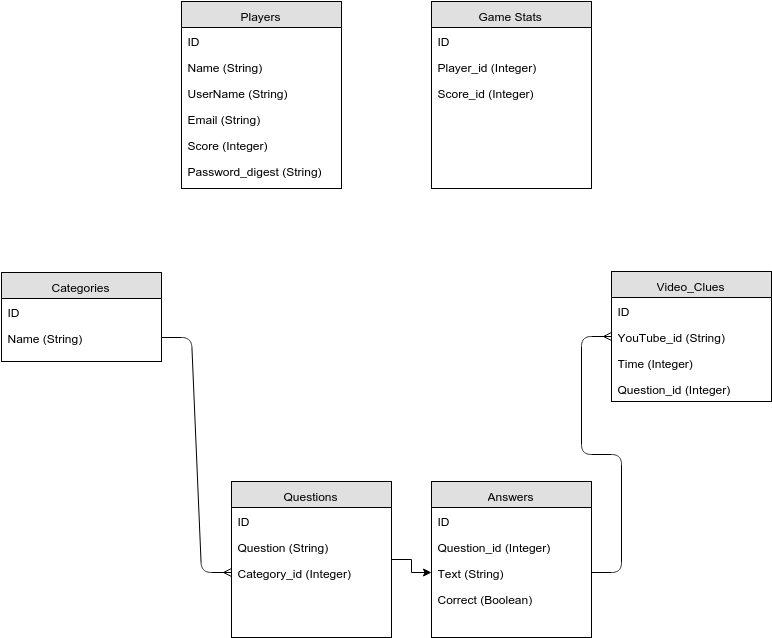
Earlier version of the draw.io export images/Name That Tube ERD.png (MJStokes86/Name-That-Tube). Source tidied: cells renumbered, new cells last; positions are measured from the earlier drawing's top-left corner, leaving out a move shared by most shapes. The source it was exported from:
```xml
<mxGraphModel>
  <root>
    <mxCell id="0" />
    <mxCell id="1" parent="0" />
    <mxCell id="2" value="Categories" style="swimlane;html=1;fontStyle=0;horizontal=1;startSize=26;fillColor=#e0e0e0;swimlaneFillColor=#ffffff;" parent="1" vertex="1">
      <mxGeometry y="271" width="160" height="89" as="geometry" />
    </mxCell>
    <mxCell id="3" value="ID" style="text;html=1;strokeColor=none;fillColor=none;spacingLeft=4;spacingRight=4;whiteSpace=wrap;overflow=hidden;" parent="2" vertex="1">
      <mxGeometry y="26" width="160" height="26" as="geometry" />
    </mxCell>
    <mxCell id="4" value="Name (String)&lt;div&gt;&lt;br&gt;&lt;/div&gt;" style="text;html=1;strokeColor=none;fillColor=none;spacingLeft=4;spacingRight=4;whiteSpace=wrap;overflow=hidden;points=[[0,0.5],[1,0.5]];portConstraint=eastwest;" parent="2" vertex="1">
      <mxGeometry y="52" width="160" height="26" as="geometry" />
    </mxCell>
    <mxCell id="5" value="Players" style="swimlane;html=1;fontStyle=0;horizontal=1;startSize=26;fillColor=#e0e0e0;swimlaneFillColor=#ffffff;" parent="1" vertex="1">
      <mxGeometry x="180" width="160" height="187" as="geometry" />
    </mxCell>
    <mxCell id="6" value="ID" style="text;html=1;strokeColor=none;fillColor=none;spacingLeft=4;spacingRight=4;whiteSpace=wrap;overflow=hidden;" parent="5" vertex="1">
      <mxGeometry y="26" width="160" height="26" as="geometry" />
    </mxCell>
    <mxCell id="7" value="Name (String)" style="text;html=1;strokeColor=none;fillColor=none;spacingLeft=4;spacingRight=4;whiteSpace=wrap;overflow=hidden;" parent="5" vertex="1">
      <mxGeometry y="52" width="160" height="26" as="geometry" />
    </mxCell>
    <mxCell id="8" value="UserName (String)" style="text;html=1;strokeColor=none;fillColor=none;spacingLeft=4;spacingRight=4;whiteSpace=wrap;overflow=hidden;" parent="5" vertex="1">
      <mxGeometry y="78" width="160" height="26" as="geometry" />
    </mxCell>
    <mxCell id="9" value="Email (String)" style="text;html=1;strokeColor=none;fillColor=none;spacingLeft=4;spacingRight=4;whiteSpace=wrap;overflow=hidden;" parent="5" vertex="1">
      <mxGeometry y="104" width="160" height="26" as="geometry" />
    </mxCell>
    <mxCell id="10" value="Score (Integer)" style="text;html=1;strokeColor=none;fillColor=none;spacingLeft=4;spacingRight=4;whiteSpace=wrap;overflow=hidden;" parent="5" vertex="1">
      <mxGeometry y="130" width="160" height="26" as="geometry" />
    </mxCell>
    <mxCell id="11" value="Password_digest (String)" style="text;html=1;strokeColor=none;fillColor=none;spacingLeft=4;spacingRight=4;whiteSpace=wrap;overflow=hidden;" parent="5" vertex="1">
      <mxGeometry y="156" width="160" height="26" as="geometry" />
    </mxCell>
    <mxCell id="12" value="Questions" style="swimlane;html=1;fontStyle=0;horizontal=1;startSize=26;fillColor=#e0e0e0;swimlaneFillColor=#ffffff;" parent="1" vertex="1">
      <mxGeometry x="230" y="480" width="160" height="156" as="geometry" />
    </mxCell>
    <mxCell id="13" value="ID" style="text;html=1;strokeColor=none;fillColor=none;spacingLeft=4;spacingRight=4;whiteSpace=wrap;overflow=hidden;" parent="12" vertex="1">
      <mxGeometry y="26" width="160" height="26" as="geometry" />
    </mxCell>
    <mxCell id="14" value="Question (String)" style="text;html=1;strokeColor=none;fillColor=none;spacingLeft=4;spacingRight=4;whiteSpace=wrap;overflow=hidden;" parent="12" vertex="1">
      <mxGeometry y="52" width="160" height="26" as="geometry" />
    </mxCell>
    <mxCell id="15" value="Category_id (Integer)" style="text;html=1;strokeColor=none;fillColor=none;spacingLeft=4;spacingRight=4;whiteSpace=wrap;overflow=hidden;points=[[0,0.5],[1,0.5]];portConstraint=eastwest;" parent="12" vertex="1">
      <mxGeometry y="78" width="160" height="26" as="geometry" />
    </mxCell>
    <mxCell id="16" value="Video_Clues" style="swimlane;html=1;fontStyle=0;horizontal=1;startSize=26;fillColor=#e0e0e0;swimlaneFillColor=#ffffff;" parent="1" vertex="1">
      <mxGeometry x="610" y="270" width="160" height="130" as="geometry" />
    </mxCell>
    <mxCell id="17" value="ID" style="text;html=1;strokeColor=none;fillColor=none;spacingLeft=4;spacingRight=4;whiteSpace=wrap;overflow=hidden;" parent="16" vertex="1">
      <mxGeometry y="26" width="160" height="26" as="geometry" />
    </mxCell>
    <mxCell id="18" value="YouTube_id (String)" style="text;html=1;strokeColor=none;fillColor=none;spacingLeft=4;spacingRight=4;whiteSpace=wrap;overflow=hidden;points=[[0,0.5],[1,0.5]];portConstraint=eastwest;" parent="16" vertex="1">
      <mxGeometry y="52" width="160" height="26" as="geometry" />
    </mxCell>
    <mxCell id="19" value="Time (Integer)&lt;div&gt;&lt;br&gt;&lt;/div&gt;" style="text;html=1;strokeColor=none;fillColor=none;spacingLeft=4;spacingRight=4;whiteSpace=wrap;overflow=hidden;" parent="16" vertex="1">
      <mxGeometry y="78" width="160" height="26" as="geometry" />
    </mxCell>
    <mxCell id="20" value="&lt;div&gt;Question_id (Integer)&lt;/div&gt;" style="text;html=1;strokeColor=none;fillColor=none;spacingLeft=4;spacingRight=4;whiteSpace=wrap;overflow=hidden;" parent="16" vertex="1">
      <mxGeometry y="104" width="160" height="26" as="geometry" />
    </mxCell>
    <mxCell id="21" style="edgeStyle=entityRelationEdgeStyle;html=1;endArrow=ERmany;entryX=0;entryY=0.5;exitX=1;exitY=0.5;" parent="1" edge="1" source="30" target="18">
      <mxGeometry relative="1" as="geometry" />
    </mxCell>
    <mxCell id="22" value="Game Stats" style="swimlane;html=1;fontStyle=0;horizontal=1;startSize=26;fillColor=#e0e0e0;swimlaneFillColor=#ffffff;" parent="1" vertex="1">
      <mxGeometry x="430" width="160" height="187" as="geometry" />
    </mxCell>
    <mxCell id="23" value="ID" style="text;html=1;strokeColor=none;fillColor=none;spacingLeft=4;spacingRight=4;whiteSpace=wrap;overflow=hidden;" parent="22" vertex="1">
      <mxGeometry y="26" width="160" height="26" as="geometry" />
    </mxCell>
    <mxCell id="24" value="Player_id (Integer)" style="text;html=1;strokeColor=none;fillColor=none;spacingLeft=4;spacingRight=4;whiteSpace=wrap;overflow=hidden;" parent="22" vertex="1">
      <mxGeometry y="52" width="160" height="26" as="geometry" />
    </mxCell>
    <mxCell id="25" value="Score_id (Integer)" style="text;html=1;strokeColor=none;fillColor=none;spacingLeft=4;spacingRight=4;whiteSpace=wrap;overflow=hidden;" parent="22" vertex="1">
      <mxGeometry y="78" width="160" height="26" as="geometry" />
    </mxCell>
    <mxCell id="26" style="edgeStyle=entityRelationEdgeStyle;html=1;endArrow=ERmany;exitX=1;exitY=0.5;entryX=0;entryY=0.5;" parent="1" edge="1" source="4" target="15">
      <mxGeometry relative="1" as="geometry" />
    </mxCell>
    <mxCell id="27" value="Answers" style="swimlane;html=1;fontStyle=0;horizontal=1;startSize=26;fillColor=#e0e0e0;swimlaneFillColor=#ffffff;" parent="1" vertex="1">
      <mxGeometry x="430" y="480" width="160" height="156" as="geometry" />
    </mxCell>
    <mxCell id="28" value="ID" style="text;html=1;strokeColor=none;fillColor=none;spacingLeft=4;spacingRight=4;whiteSpace=wrap;overflow=hidden;" parent="27" vertex="1">
      <mxGeometry y="26" width="160" height="26" as="geometry" />
    </mxCell>
    <mxCell id="29" value="Question_id (Integer)" style="text;html=1;strokeColor=none;fillColor=none;spacingLeft=4;spacingRight=4;whiteSpace=wrap;overflow=hidden;" parent="27" vertex="1">
      <mxGeometry y="52" width="160" height="26" as="geometry" />
    </mxCell>
    <mxCell id="30" value="Text (String)&lt;div&gt;&lt;br&gt;&lt;div&gt;&lt;br&gt;&lt;/div&gt;&lt;/div&gt;" style="text;html=1;strokeColor=none;fillColor=none;spacingLeft=4;spacingRight=4;whiteSpace=wrap;overflow=hidden;points=[[0,0.5],[1,0.5]];portConstraint=eastwest;" parent="27" vertex="1">
      <mxGeometry y="78" width="160" height="26" as="geometry" />
    </mxCell>
    <mxCell id="31" value="&lt;div&gt;&lt;div&gt;Correct (Boolean)&lt;/div&gt;&lt;/div&gt;&lt;div&gt;&lt;br&gt;&lt;/div&gt;" style="text;html=1;strokeColor=none;fillColor=none;spacingLeft=4;spacingRight=4;whiteSpace=wrap;overflow=hidden;" parent="27" vertex="1">
      <mxGeometry y="104" width="160" height="26" as="geometry" />
    </mxCell>
    <mxCell id="32" style="edgeStyle=orthogonalEdgeStyle;rounded=0;html=1;" parent="1" edge="1" source="12" target="30">
      <mxGeometry relative="1" as="geometry" />
    </mxCell>
  </root>
</mxGraphModel>
```
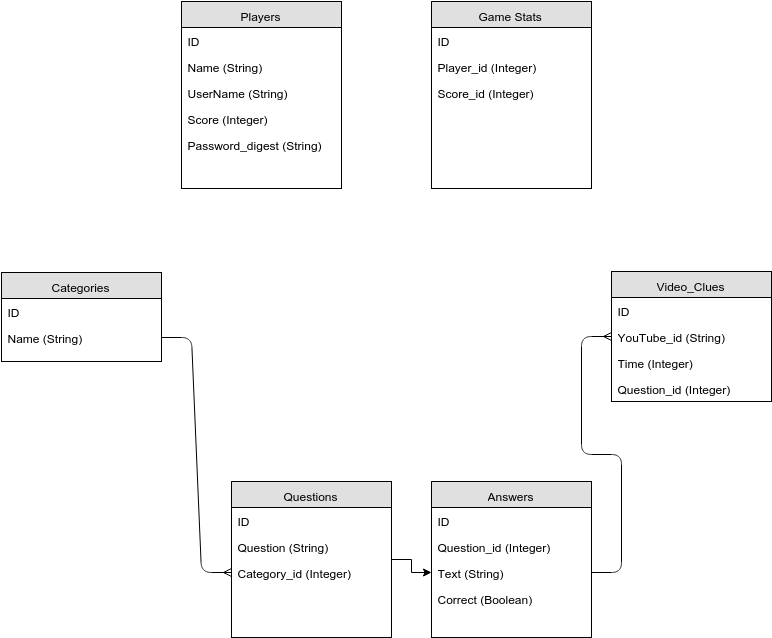
After the commit.

What changed in the source:
```diff
@@ -23,14 +23,11 @@
     <mxCell id="8" value="UserName (String)" style="text;html=1;strokeColor=none;fillColor=none;spacingLeft=4;spacingRight=4;whiteSpace=wrap;overflow=hidden;" parent="5" vertex="1">
       <mxGeometry y="78" width="160" height="26" as="geometry" />
     </mxCell>
-    <mxCell id="9" value="Email (String)" style="text;html=1;strokeColor=none;fillColor=none;spacingLeft=4;spacingRight=4;whiteSpace=wrap;overflow=hidden;" parent="5" vertex="1">
-      <mxGeometry y="104" width="160" height="26" as="geometry" />
-    </mxCell>
     <mxCell id="10" value="Score (Integer)" style="text;html=1;strokeColor=none;fillColor=none;spacingLeft=4;spacingRight=4;whiteSpace=wrap;overflow=hidden;" parent="5" vertex="1">
-      <mxGeometry y="130" width="160" height="26" as="geometry" />
+      <mxGeometry y="104" width="160" height="26" as="geometry" />
     </mxCell>
     <mxCell id="11" value="Password_digest (String)" style="text;html=1;strokeColor=none;fillColor=none;spacingLeft=4;spacingRight=4;whiteSpace=wrap;overflow=hidden;" parent="5" vertex="1">
-      <mxGeometry y="156" width="160" height="26" as="geometry" />
+      <mxGeometry y="130" width="160" height="26" as="geometry" />
     </mxCell>
     <mxCell id="12" value="Questions" style="swimlane;html=1;fontStyle=0;horizontal=1;startSize=26;fillColor=#e0e0e0;swimlaneFillColor=#ffffff;" parent="1" vertex="1">
       <mxGeometry x="230" y="480" width="160" height="156" as="geometry" />
```
